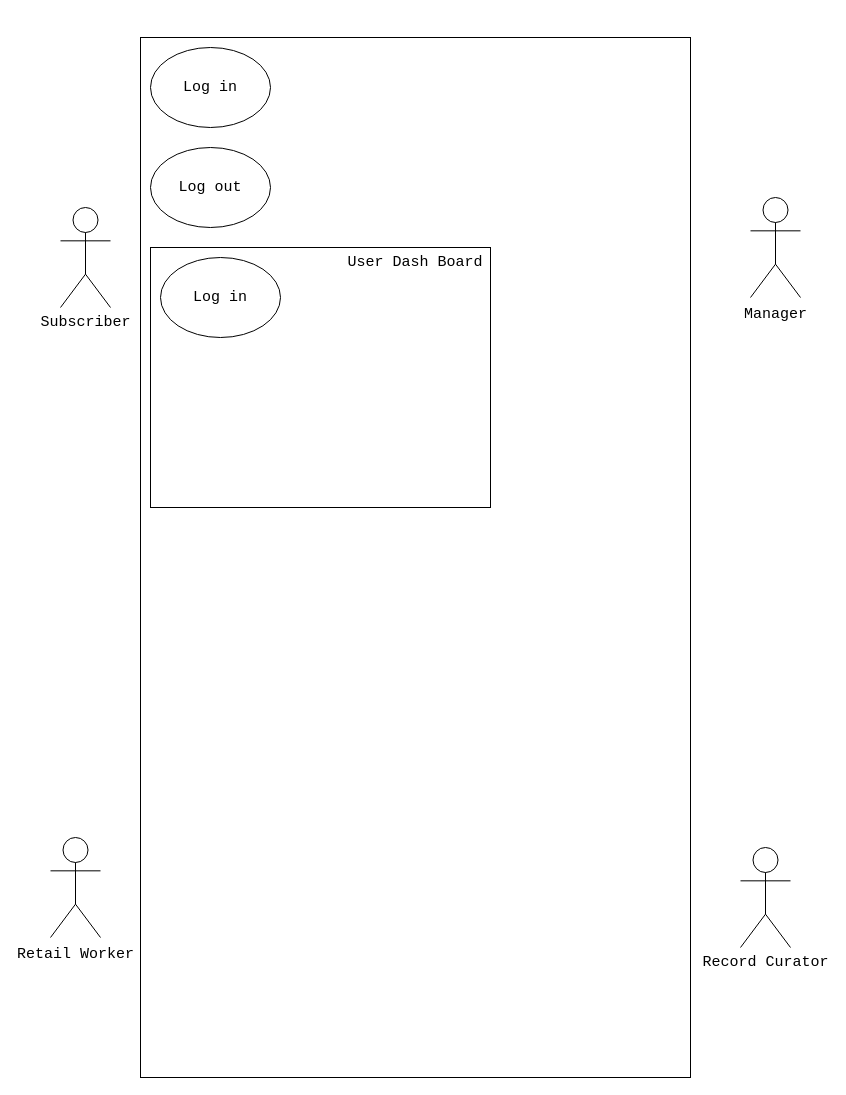
The draw.io diagram Software-Requirement-and-Design/slides/Untitled Diagram.drawio in CoffeeCat1920/Semester-3, before the edit. Source tidied: cells renumbered, new cells numbered last; positions are measured from the earlier drawing's top-left corner, leaving out a move shared by most shapes. Both pictures are drawn from the tidied source at 100%, with x=0, y=0 at pixel (50, 37).
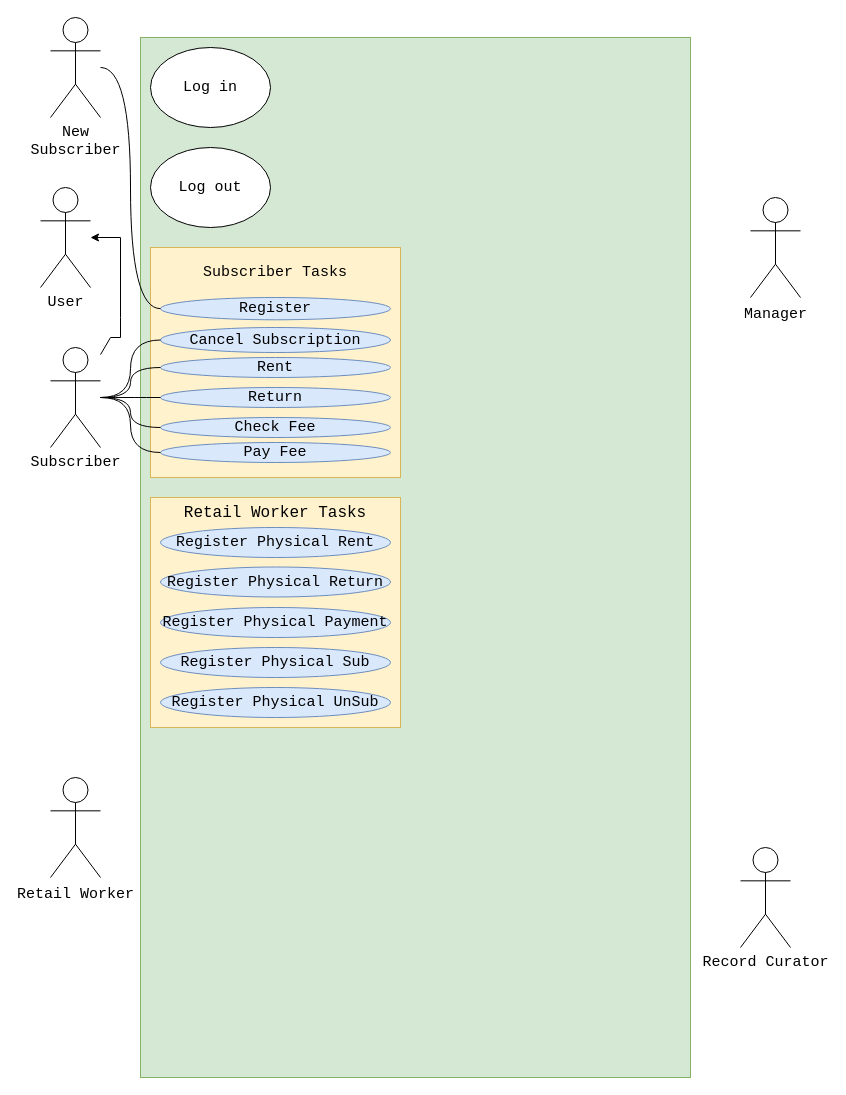
Above is the later version.

The edit, as a diff of the source:
```diff
@@
     <mxCell id="2" value="&lt;div&gt;&lt;font style=&quot;font-size: 15px;&quot; face=&quot;Courier New&quot;&gt;Subscriber&lt;/font&gt;&lt;/div&gt;" style="shape=umlActor;verticalLabelPosition=bottom;verticalAlign=top;html=1;outlineConnect=0;" parent="1" vertex="1">
-      <mxGeometry x="10" y="170" width="50" height="100" as="geometry" />
+      <mxGeometry y="310" width="50" height="100" as="geometry" />
     </mxCell>
     <mxCell id="3" value="&lt;font style=&quot;font-size: 15px;&quot; face=&quot;Courier New&quot;&gt;Retail Worker&lt;/font&gt;&lt;font style=&quot;font-size: 15px;&quot;&gt;&lt;br&gt;&lt;/font&gt;" style="shape=umlActor;verticalLabelPosition=bottom;verticalAlign=top;html=1;" parent="1" vertex="1">
-      <mxGeometry y="800" width="50" height="100" as="geometry" />
+      <mxGeometry y="740" width="50" height="100" as="geometry" />
     </mxCell>
@@
-    <mxCell id="6" style="rounded=0;whiteSpace=wrap;html=1;" parent="1" vertex="1">
+    <mxCell id="6" style="rounded=0;whiteSpace=wrap;html=1;fillColor=#d5e8d4;strokeColor=#82b366;" parent="1" vertex="1">
       <mxGeometry x="90" width="550" height="1040" as="geometry" />
     </mxCell>
@@
-    <mxCell id="9" style="rounded=0;whiteSpace=wrap;html=1;" parent="1" vertex="1">
-      <mxGeometry x="100" y="210" width="340" height="260" as="geometry" />
+    <mxCell id="9" style="rounded=0;whiteSpace=wrap;html=1;fillColor=#fff2cc;strokeColor=#d6b656;" parent="1" vertex="1">
+      <mxGeometry x="100" y="210" width="250" height="230" as="geometry" />
     </mxCell>
-    <mxCell id="10" value="&lt;font style=&quot;font-size: 15px;&quot;&gt;Log in&lt;br&gt;&lt;/font&gt;" style="ellipse;whiteSpace=wrap;html=1;fontFamily=Courier New;" parent="1" vertex="1">
-      <mxGeometry x="110" y="220" width="120" height="80" as="geometry" />
+    <mxCell id="10" value="&lt;font style=&quot;font-size: 15px;&quot;&gt;Register&lt;br&gt;&lt;/font&gt;" style="ellipse;whiteSpace=wrap;html=1;fontFamily=Courier New;fillColor=#dae8fc;strokeColor=#6c8ebf;" parent="1" vertex="1">
+      <mxGeometry x="110" y="260" width="230" height="22.3" as="geometry" />
     </mxCell>
-    <mxCell id="11" value="&lt;font style=&quot;font-size: 15px;&quot; face=&quot;Courier New&quot;&gt;User Dash Board&lt;br&gt;&lt;/font&gt;" style="text;html=1;align=center;verticalAlign=middle;whiteSpace=wrap;rounded=0;" parent="1" vertex="1">
-      <mxGeometry x="290" y="210" width="150" height="30" as="geometry" />
+    <mxCell id="11" value="&lt;font style=&quot;font-size: 15px;&quot; face=&quot;Courier New&quot;&gt;Subscriber Tasks&lt;br&gt;&lt;/font&gt;" style="text;html=1;align=center;verticalAlign=middle;whiteSpace=wrap;rounded=0;" parent="1" vertex="1">
+      <mxGeometry x="150" y="220" width="150" height="30" as="geometry" />
     </mxCell>
+    <mxCell id="12" value="&lt;font style=&quot;font-size: 15px;&quot;&gt;Rent&lt;br&gt;&lt;/font&gt;" style="ellipse;whiteSpace=wrap;html=1;fontFamily=Courier New;fillColor=#dae8fc;strokeColor=#6c8ebf;" parent="1" vertex="1">
+      <mxGeometry x="110" y="320" width="230" height="20" as="geometry" />
+    </mxCell>
+    <mxCell id="13" value="&lt;font style=&quot;font-size: 15px;&quot;&gt;Return&lt;br&gt;&lt;/font&gt;" style="ellipse;whiteSpace=wrap;html=1;fontFamily=Courier New;fillColor=#dae8fc;strokeColor=#6c8ebf;" parent="1" vertex="1">
+      <mxGeometry x="110" y="350" width="230" height="20" as="geometry" />
+    </mxCell>
+    <mxCell id="14" value="&lt;div style=&quot;font-size: 15px;&quot;&gt;&lt;font style=&quot;font-size: 15px;&quot;&gt;Cancel Subscription&lt;/font&gt;&lt;/div&gt;" style="ellipse;whiteSpace=wrap;html=1;fontFamily=Courier New;fillColor=#dae8fc;strokeColor=#6c8ebf;" parent="1" vertex="1">
+      <mxGeometry x="110" y="290" width="230" height="25" as="geometry" />
+    </mxCell>
+    <mxCell id="15" value="&lt;font style=&quot;font-size: 15px;&quot;&gt;Check Fee&lt;br&gt;&lt;/font&gt;" style="ellipse;whiteSpace=wrap;html=1;fontFamily=Courier New;fillColor=#dae8fc;strokeColor=#6c8ebf;" parent="1" vertex="1">
+      <mxGeometry x="110" y="380" width="230" height="20" as="geometry" />
+    </mxCell>
+    <mxCell id="16" value="&lt;font style=&quot;font-size: 15px;&quot;&gt;Pay Fee&lt;br&gt;&lt;/font&gt;" style="ellipse;whiteSpace=wrap;html=1;fontFamily=Courier New;fillColor=#dae8fc;strokeColor=#6c8ebf;" parent="1" vertex="1">
+      <mxGeometry x="110" y="405" width="230" height="20" as="geometry" />
+    </mxCell>
+    <mxCell id="17" value="&lt;div&gt;&lt;font style=&quot;font-size: 15px;&quot; face=&quot;Courier New&quot;&gt;New&lt;/font&gt;&lt;/div&gt;&lt;div&gt;&lt;font style=&quot;font-size: 15px;&quot; face=&quot;Courier New&quot;&gt;Subscriber&lt;/font&gt;&lt;/div&gt;" style="shape=umlActor;verticalLabelPosition=bottom;verticalAlign=top;html=1;outlineConnect=0;" parent="1" vertex="1">
+      <mxGeometry y="-20" width="50" height="100" as="geometry" />
+    </mxCell>
+    <mxCell id="18" style="endArrow=none;html=1;rounded=0;entryX=0;entryY=0.5;entryDx=0;entryDy=0;edgeStyle=orthogonalEdgeStyle;curved=1;" parent="1" edge="1" source="2" target="12">
+      <mxGeometry relative="1" as="geometry" />
+    </mxCell>
+    <mxCell id="19" style="endArrow=none;html=1;rounded=0;entryX=0;entryY=0.5;entryDx=0;entryDy=0;edgeStyle=orthogonalEdgeStyle;curved=1;" parent="1" edge="1" source="2" target="14">
+      <mxGeometry relative="1" as="geometry" />
+    </mxCell>
+    <mxCell id="20" style="endArrow=none;html=1;rounded=0;entryX=0;entryY=0.5;entryDx=0;entryDy=0;edgeStyle=orthogonalEdgeStyle;curved=1;" parent="1" edge="1" source="2" target="13">
+      <mxGeometry relative="1" as="geometry" />
+    </mxCell>
+    <mxCell id="21" style="endArrow=none;html=1;rounded=0;entryX=0;entryY=0.5;entryDx=0;entryDy=0;edgeStyle=orthogonalEdgeStyle;curved=1;" parent="1" edge="1" source="2" target="15">
+      <mxGeometry relative="1" as="geometry" />
+    </mxCell>
+    <mxCell id="22" style="endArrow=none;html=1;rounded=0;entryX=0;entryY=0.5;entryDx=0;entryDy=0;edgeStyle=orthogonalEdgeStyle;curved=1;" parent="1" edge="1" source="17" target="10">
+      <mxGeometry relative="1" as="geometry" />
+    </mxCell>
+    <mxCell id="23" style="rounded=0;whiteSpace=wrap;html=1;fillColor=#fff2cc;strokeColor=#d6b656;" parent="1" vertex="1">
+      <mxGeometry x="100" y="460" width="250" height="230" as="geometry" />
+    </mxCell>
+    <mxCell id="24" value="&lt;font style=&quot;font-size: 16px;&quot; face=&quot;Courier New&quot;&gt;Retail Worker Tasks&lt;/font&gt;&lt;font style=&quot;font-size: 16px;&quot;&gt;&lt;br&gt;&lt;/font&gt;" style="text;html=1;align=center;verticalAlign=middle;whiteSpace=wrap;rounded=0;" parent="1" vertex="1">
+      <mxGeometry x="120" y="460" width="210" height="30" as="geometry" />
+    </mxCell>
+    <mxCell id="25" value="&lt;font style=&quot;font-size: 15px;&quot;&gt;Register Physical Rent&lt;br&gt;&lt;/font&gt;" style="ellipse;whiteSpace=wrap;html=1;fontFamily=Courier New;fillColor=#dae8fc;strokeColor=#6c8ebf;" parent="1" vertex="1">
+      <mxGeometry x="110" y="490" width="230" height="30" as="geometry" />
+    </mxCell>
+    <mxCell id="26" value="&lt;font style=&quot;font-size: 15px;&quot;&gt;Register Physical Return&lt;br&gt;&lt;/font&gt;" style="ellipse;whiteSpace=wrap;html=1;fontFamily=Courier New;fillColor=#dae8fc;strokeColor=#6c8ebf;" parent="1" vertex="1">
+      <mxGeometry x="110" y="529.5" width="230" height="30" as="geometry" />
+    </mxCell>
+    <mxCell id="27" value="&lt;font style=&quot;font-size: 15px;&quot;&gt;Register Physical Payment&lt;br&gt;&lt;/font&gt;" style="ellipse;whiteSpace=wrap;html=1;fontFamily=Courier New;fillColor=#dae8fc;strokeColor=#6c8ebf;" parent="1" vertex="1">
+      <mxGeometry x="110" y="570" width="230" height="30" as="geometry" />
+    </mxCell>
+    <mxCell id="28" value="&lt;font style=&quot;font-size: 15px;&quot;&gt;Register Physical Sub&lt;br&gt;&lt;/font&gt;" style="ellipse;whiteSpace=wrap;html=1;fontFamily=Courier New;fillColor=#dae8fc;strokeColor=#6c8ebf;" parent="1" vertex="1">
+      <mxGeometry x="110" y="610" width="230" height="30" as="geometry" />
+    </mxCell>
+    <mxCell id="29" value="&lt;font style=&quot;font-size: 15px;&quot;&gt;Register Physical UnSub&lt;br&gt;&lt;/font&gt;" style="ellipse;whiteSpace=wrap;html=1;fontFamily=Courier New;fillColor=#dae8fc;strokeColor=#6c8ebf;" parent="1" vertex="1">
+      <mxGeometry x="110" y="650" width="230" height="30" as="geometry" />
+    </mxCell>
+    <mxCell id="30" value="&lt;div&gt;&lt;font style=&quot;font-size: 15px;&quot; face=&quot;Courier New&quot;&gt;User&lt;/font&gt;&lt;/div&gt;" style="shape=umlActor;verticalLabelPosition=bottom;verticalAlign=top;html=1;outlineConnect=0;" parent="1" vertex="1">
+      <mxGeometry x="-10" y="150" width="50" height="100" as="geometry" />
+    </mxCell>
+    <mxCell id="31" style="endArrow=none;html=1;rounded=0;entryX=0;entryY=0.5;entryDx=0;entryDy=0;edgeStyle=orthogonalEdgeStyle;curved=1;" parent="1" edge="1" source="2" target="16">
+      <mxGeometry relative="1" as="geometry" />
+    </mxCell>
+    <mxCell id="32" style="endArrow=classic;html=1;rounded=0;" parent="1" edge="1" source="2" target="30">
+      <mxGeometry relative="1" as="geometry">
+        <Array as="points">
+          <mxPoint x="60" y="300" />
+          <mxPoint x="70" y="300" />
+          <mxPoint x="70" y="280" />
+          <mxPoint x="70" y="200" />
+        </Array>
+      </mxGeometry>
+    </mxCell>
```
